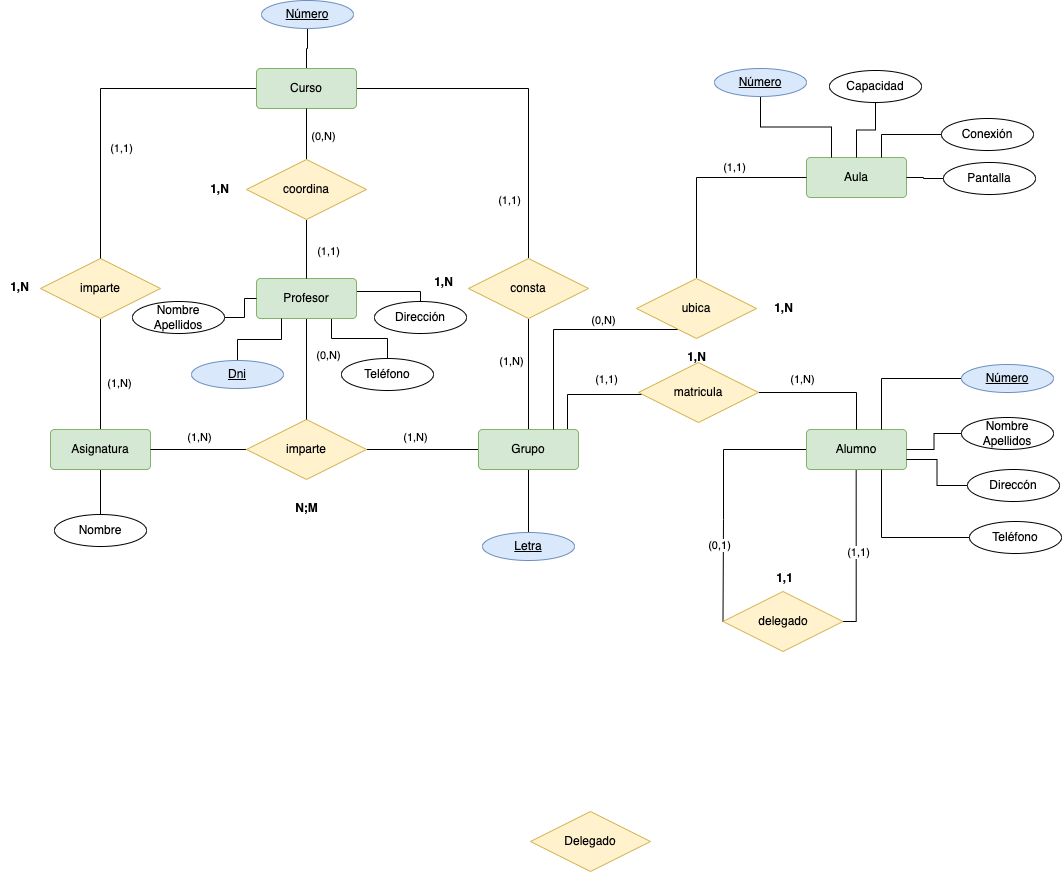
Earlier version of the draw.io export ER/tareas/tarea12/img/docente-diagrama-2.drawio.png (MoisesALH/base-datos). Source tidied: cells renumbered, new cells last; positions are measured from the earlier drawing's top-left corner, leaving out a move shared by most shapes.
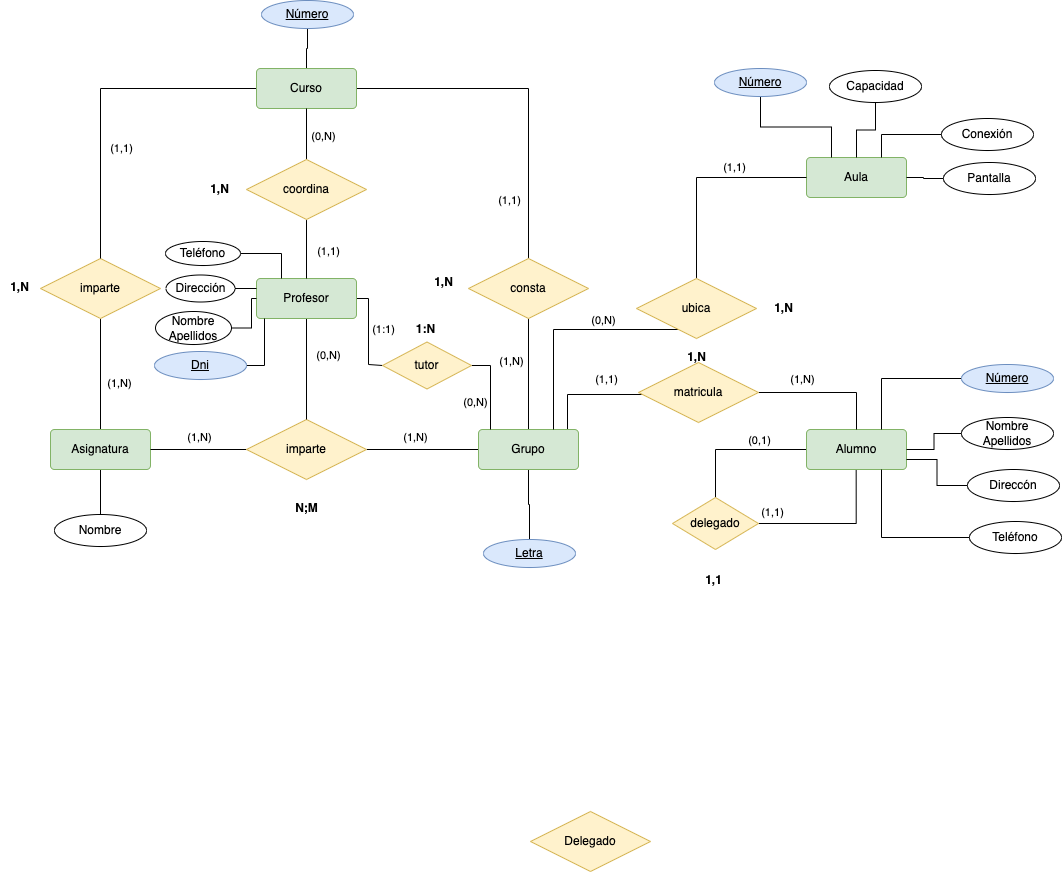
Above is the later version.

The edit, as a diff of the source:
```diff
@@ -7,7 +7,7 @@
     </mxCell>
-    <mxCell id="3" value="(1,N)" style="edgeLabel;html=1;align=center;verticalAlign=middle;" parent="2" vertex="1">
-      <mxGeometry x="0.15" y="2" relative="1" as="geometry">
-        <mxPoint x="16" as="offset" />
-      </mxGeometry>
-    </mxCell>
+    <mxCell id="82" value="(1,N)" style="edgeLabel;html=1;align=center;verticalAlign=middle;" parent="2" vertex="1">
+      <mxGeometry x="0.15" y="2" relative="1" as="geometry">
+        <mxPoint x="16" as="offset" />
+      </mxGeometry>
+    </mxCell>
     <mxCell id="4" value="imparte" style="shape=rhombus;perimeter=rhombusPerimeter;whiteSpace=wrap;html=1;align=center;fillColor=#fff2cc;strokeColor=#d6b656;" parent="1" vertex="1">
@@ -27,7 +27,7 @@
     </mxCell>
-    <mxCell id="9" value="(1,1)" style="edgeLabel;html=1;align=center;verticalAlign=middle;" parent="8" vertex="1">
-      <mxGeometry x="0.31" y="2" relative="1" as="geometry">
-        <mxPoint x="-22" y="59" as="offset" />
-      </mxGeometry>
-    </mxCell>
+    <mxCell id="83" value="(1,1)" style="edgeLabel;html=1;align=center;verticalAlign=middle;" parent="8" vertex="1">
+      <mxGeometry x="0.31" y="2" relative="1" as="geometry">
+        <mxPoint x="-22" y="59" as="offset" />
+      </mxGeometry>
+    </mxCell>
     <mxCell id="10" style="edgeStyle=orthogonalEdgeStyle;rounded=0;jettySize=auto;html=1;entryX=0.5;entryY=0;entryDx=0;entryDy=0;endArrow=none;endFill=0;" parent="1" edge="1" source="13" target="4">
@@ -35,7 +35,7 @@
     </mxCell>
-    <mxCell id="11" value="(1,1)" style="edgeLabel;html=1;align=center;verticalAlign=middle;" parent="10" vertex="1">
-      <mxGeometry x="0.16" y="2" relative="1" as="geometry">
-        <mxPoint x="18" y="25" as="offset" />
-      </mxGeometry>
-    </mxCell>
+    <mxCell id="84" value="(1,1)" style="edgeLabel;html=1;align=center;verticalAlign=middle;" parent="10" vertex="1">
+      <mxGeometry x="0.16" y="2" relative="1" as="geometry">
+        <mxPoint x="18" y="25" as="offset" />
+      </mxGeometry>
+    </mxCell>
     <mxCell id="12" style="edgeStyle=orthogonalEdgeStyle;rounded=0;jettySize=auto;html=1;entryX=0.5;entryY=1;entryDx=0;entryDy=0;endArrow=none;endFill=0;" parent="1" edge="1" source="13" target="50">
@@ -49,7 +49,7 @@
     </mxCell>
-    <mxCell id="15" value="(1,N)" style="edgeLabel;html=1;align=center;verticalAlign=middle;" parent="14" vertex="1">
-      <mxGeometry x="-0.25" y="-2" relative="1" as="geometry">
-        <mxPoint x="-16" as="offset" />
-      </mxGeometry>
-    </mxCell>
+    <mxCell id="85" value="(1,N)" style="edgeLabel;html=1;align=center;verticalAlign=middle;" parent="14" vertex="1">
+      <mxGeometry x="-0.25" y="-2" relative="1" as="geometry">
+        <mxPoint x="-16" as="offset" />
+      </mxGeometry>
+    </mxCell>
     <mxCell id="16" value="consta" style="shape=rhombus;perimeter=rhombusPerimeter;whiteSpace=wrap;html=1;align=center;fillColor=#fff2cc;strokeColor=#d6b656;" parent="1" vertex="1">
@@ -60,7 +60,7 @@
     </mxCell>
-    <mxCell id="18" value="(1,N)" style="edgeLabel;html=1;align=center;verticalAlign=middle;" parent="17" vertex="1">
-      <mxGeometry x="0.17" y="-1" relative="1" as="geometry">
-        <mxPoint x="2" y="-12" as="offset" />
-      </mxGeometry>
-    </mxCell>
+    <mxCell id="86" value="(1,N)" style="edgeLabel;html=1;align=center;verticalAlign=middle;" parent="17" vertex="1">
+      <mxGeometry x="0.17" y="-1" relative="1" as="geometry">
+        <mxPoint x="2" y="-12" as="offset" />
+      </mxGeometry>
+    </mxCell>
     <mxCell id="19" value="(1,1)" style="edgeStyle=orthogonalEdgeStyle;rounded=0;orthogonalLoop=1;jettySize=auto;html=1;entryX=0;entryY=0.5;entryDx=0;entryDy=0;endArrow=none;endFill=0;" parent="1" edge="1">
@@ -74,15 +74,2 @@
     </mxCell>
-    <mxCell id="20" style="edgeStyle=orthogonalEdgeStyle;rounded=0;jettySize=auto;html=1;entryX=0;entryY=0.5;entryDx=0;entryDy=0;endArrow=none;endFill=0;exitX=0;exitY=0.5;exitDx=0;exitDy=0;" parent="1" edge="1" source="38" target="49">
-      <mxGeometry relative="1" as="geometry">
-        <Array as="points">
-          <mxPoint x="723" y="449" />
-          <mxPoint x="723" y="519" />
-        </Array>
-      </mxGeometry>
-    </mxCell>
-    <mxCell id="21" value="(0,1)" style="edgeLabel;html=1;align=center;verticalAlign=middle;" parent="20" vertex="1">
-      <mxGeometry x="0.55" relative="1" as="geometry">
-        <mxPoint x="-4" y="-18" as="offset" />
-      </mxGeometry>
-    </mxCell>
     <mxCell id="22" style="edgeStyle=orthogonalEdgeStyle;rounded=0;jettySize=auto;html=1;endArrow=none;endFill=0;entryX=0.5;entryY=0;entryDx=0;entryDy=0;" parent="1" edge="1" source="23" target="81">
@@ -96,7 +83,7 @@
     </mxCell>
-    <mxCell id="25" value="(1,N)" style="edgeLabel;html=1;align=center;verticalAlign=middle;" parent="24" vertex="1">
-      <mxGeometry x="0.12" y="-3" relative="1" as="geometry">
-        <mxPoint x="6" y="-10" as="offset" />
-      </mxGeometry>
-    </mxCell>
+    <mxCell id="87" value="(1,N)" style="edgeLabel;html=1;align=center;verticalAlign=middle;" parent="24" vertex="1">
+      <mxGeometry x="0.12" y="-3" relative="1" as="geometry">
+        <mxPoint x="6" y="-10" as="offset" />
+      </mxGeometry>
+    </mxCell>
     <mxCell id="26" value="imparte" style="shape=rhombus;perimeter=rhombusPerimeter;whiteSpace=wrap;html=1;align=center;fillColor=#fff2cc;strokeColor=#d6b656;" parent="1" vertex="1">
@@ -107,18 +94,20 @@
     </mxCell>
-    <mxCell id="28" value="(0,N)" style="edgeLabel;html=1;align=center;verticalAlign=middle;" parent="27" vertex="1">
-      <mxGeometry x="-0.14" y="2" relative="1" as="geometry">
-        <mxPoint x="19" y="-8" as="offset" />
-      </mxGeometry>
-    </mxCell>
-    <mxCell id="29" style="edgeStyle=orthogonalEdgeStyle;rounded=0;jettySize=auto;html=1;entryX=0.5;entryY=0;entryDx=0;entryDy=0;endArrow=none;endFill=0;exitX=0.75;exitY=1;exitDx=0;exitDy=0;" parent="1" edge="1" source="31" target="80">
-      <mxGeometry relative="1" as="geometry" />
-    </mxCell>
-    <mxCell id="30" style="edgeStyle=orthogonalEdgeStyle;rounded=0;jettySize=auto;html=1;entryX=0.5;entryY=0;entryDx=0;entryDy=0;endArrow=none;endFill=0;" parent="1" edge="1" target="79">
-      <mxGeometry relative="1" as="geometry">
-        <mxPoint x="356" y="291" as="sourcePoint" />
-        <Array as="points">
-          <mxPoint x="420" y="291" />
-        </Array>
-      </mxGeometry>
-    </mxCell>
+    <mxCell id="88" value="(0,N)" style="edgeLabel;html=1;align=center;verticalAlign=middle;" parent="27" vertex="1">
+      <mxGeometry x="-0.14" y="2" relative="1" as="geometry">
+        <mxPoint x="19" y="-8" as="offset" />
+      </mxGeometry>
+    </mxCell>
+    <mxCell id="89" style="edgeStyle=orthogonalEdgeStyle;rounded=0;jettySize=auto;html=1;entryX=0;entryY=0.5;entryDx=0;entryDy=0;endArrow=none;endFill=0;" parent="1" edge="1" source="31" target="103">
+      <mxGeometry relative="1" as="geometry">
+        <Array as="points">
+          <mxPoint x="368" y="298" />
+          <mxPoint x="368" y="364" />
+        </Array>
+      </mxGeometry>
+    </mxCell>
+    <mxCell id="90" value="(1:1)" style="edgeLabel;html=1;align=center;verticalAlign=middle;" parent="89" vertex="1">
+      <mxGeometry y="-2" relative="1" as="geometry">
+        <mxPoint x="16" y="-4" as="offset" />
+      </mxGeometry>
+    </mxCell>
     <mxCell id="31" value="Profesor" style="rounded=1;arcSize=10;whiteSpace=wrap;html=1;align=center;fillColor=#d5e8d4;strokeColor=#82b366;" parent="1" vertex="1">
@@ -129,7 +118,7 @@
     </mxCell>
-    <mxCell id="33" value="(1,1)" style="edgeLabel;html=1;align=center;verticalAlign=middle;" parent="32" vertex="1">
-      <mxGeometry x="0.04" y="2" relative="1" as="geometry">
-        <mxPoint x="19" as="offset" />
-      </mxGeometry>
-    </mxCell>
+    <mxCell id="91" value="(1,1)" style="edgeLabel;html=1;align=center;verticalAlign=middle;" parent="32" vertex="1">
+      <mxGeometry x="0.04" y="2" relative="1" as="geometry">
+        <mxPoint x="19" as="offset" />
+      </mxGeometry>
+    </mxCell>
     <mxCell id="34" style="edgeStyle=orthogonalEdgeStyle;rounded=0;jettySize=auto;html=1;entryX=0.5;entryY=1;entryDx=0;entryDy=0;endArrow=none;endFill=0;" parent="1" edge="1" source="36" target="13">
@@ -137,7 +126,7 @@
     </mxCell>
-    <mxCell id="35" value="(0,N)" style="edgeLabel;html=1;align=center;verticalAlign=middle;" parent="34" vertex="1">
-      <mxGeometry x="0.07" y="-2" relative="1" as="geometry">
-        <mxPoint x="14" y="3" as="offset" />
-      </mxGeometry>
-    </mxCell>
+    <mxCell id="92" value="(0,N)" style="edgeLabel;html=1;align=center;verticalAlign=middle;" parent="34" vertex="1">
+      <mxGeometry x="0.07" y="-2" relative="1" as="geometry">
+        <mxPoint x="14" y="3" as="offset" />
+      </mxGeometry>
+    </mxCell>
     <mxCell id="36" value="coordina" style="shape=rhombus;perimeter=rhombusPerimeter;whiteSpace=wrap;html=1;align=center;fillColor=#fff2cc;strokeColor=#d6b656;" parent="1" vertex="1">
@@ -148,2 +137,10 @@
     </mxCell>
+    <mxCell id="20" style="edgeStyle=orthogonalEdgeStyle;rounded=0;jettySize=auto;html=1;entryX=0.5;entryY=0;entryDx=0;entryDy=0;endArrow=none;endFill=0;" parent="1" edge="1" source="38" target="49">
+      <mxGeometry relative="1" as="geometry" />
+    </mxCell>
+    <mxCell id="21" value="(0,1)" style="edgeLabel;html=1;align=center;verticalAlign=middle;" parent="20" vertex="1">
+      <mxGeometry x="-0.11" y="-2" relative="1" as="geometry">
+        <mxPoint x="14" y="-8" as="offset" />
+      </mxGeometry>
+    </mxCell>
     <mxCell id="38" value="Alumno" style="rounded=1;arcSize=10;whiteSpace=wrap;html=1;align=center;fillColor=#d5e8d4;strokeColor=#82b366;" parent="1" vertex="1">
@@ -158,7 +155,7 @@
     </mxCell>
-    <mxCell id="40" value="(0,N)" style="edgeLabel;html=1;align=center;verticalAlign=middle;" parent="39" vertex="1">
-      <mxGeometry x="-0.33" y="-2" relative="1" as="geometry">
-        <mxPoint y="-8" as="offset" />
-      </mxGeometry>
-    </mxCell>
+    <mxCell id="93" value="(0,N)" style="edgeLabel;html=1;align=center;verticalAlign=middle;" parent="39" vertex="1">
+      <mxGeometry x="-0.33" y="-2" relative="1" as="geometry">
+        <mxPoint y="-8" as="offset" />
+      </mxGeometry>
+    </mxCell>
     <mxCell id="41" style="edgeStyle=orthogonalEdgeStyle;rounded=0;jettySize=auto;html=1;entryX=0;entryY=0.5;entryDx=0;entryDy=0;endArrow=none;endFill=0;" parent="1" edge="1" source="43" target="37">
@@ -170,7 +167,7 @@
     </mxCell>
-    <mxCell id="42" value="(1,1)" style="edgeLabel;html=1;align=center;verticalAlign=middle;" parent="41" vertex="1">
-      <mxGeometry x="0.32" y="-2" relative="1" as="geometry">
-        <mxPoint x="-1" y="-13" as="offset" />
-      </mxGeometry>
-    </mxCell>
+    <mxCell id="94" value="(1,1)" style="edgeLabel;html=1;align=center;verticalAlign=middle;" parent="41" vertex="1">
+      <mxGeometry x="0.32" y="-2" relative="1" as="geometry">
+        <mxPoint x="-1" y="-13" as="offset" />
+      </mxGeometry>
+    </mxCell>
     <mxCell id="43" value="ubica" style="shape=rhombus;perimeter=rhombusPerimeter;whiteSpace=wrap;html=1;align=center;fillColor=#fff2cc;strokeColor=#d6b656;" parent="1" vertex="1">
@@ -181,7 +178,7 @@
     </mxCell>
-    <mxCell id="45" value="(1,N)" style="edgeLabel;html=1;align=center;verticalAlign=middle;" parent="44" vertex="1">
-      <mxGeometry x="-0.25" y="5" relative="1" as="geometry">
-        <mxPoint x="-7" y="-9" as="offset" />
-      </mxGeometry>
-    </mxCell>
+    <mxCell id="95" value="(1,N)" style="edgeLabel;html=1;align=center;verticalAlign=middle;" parent="44" vertex="1">
+      <mxGeometry x="-0.25" y="5" relative="1" as="geometry">
+        <mxPoint x="-7" y="-9" as="offset" />
+      </mxGeometry>
+    </mxCell>
     <mxCell id="46" value="matricula" style="shape=rhombus;perimeter=rhombusPerimeter;whiteSpace=wrap;html=1;align=center;fillColor=#fff2cc;strokeColor=#d6b656;" parent="1" vertex="1">
@@ -189,17 +186,14 @@
     </mxCell>
-    <mxCell id="47" style="edgeStyle=orthogonalEdgeStyle;rounded=0;jettySize=auto;html=1;endArrow=none;endFill=0;" parent="1" edge="1" source="49">
-      <mxGeometry relative="1" as="geometry">
-        <mxPoint x="855.7" y="469.7" as="targetPoint" />
-        <Array as="points">
-          <mxPoint x="856" y="621" />
-        </Array>
-      </mxGeometry>
-    </mxCell>
-    <mxCell id="48" value="(1,1)" style="edgeLabel;html=1;align=center;verticalAlign=middle;" parent="47" vertex="1">
-      <mxGeometry x="-0.23" y="-4" relative="1" as="geometry">
-        <mxPoint x="-2" y="-20" as="offset" />
-      </mxGeometry>
-    </mxCell>
+    <mxCell id="96" style="edgeStyle=orthogonalEdgeStyle;rounded=0;jettySize=auto;html=1;endArrow=none;endFill=0;" parent="1" edge="1" source="49">
+      <mxGeometry relative="1" as="geometry">
+        <mxPoint x="855.7" y="469.7" as="targetPoint" />
+      </mxGeometry>
+    </mxCell>
+    <mxCell id="97" value="(1,1)" style="edgeLabel;html=1;align=center;verticalAlign=middle;" parent="96" vertex="1">
+      <mxGeometry x="-0.23" y="-4" relative="1" as="geometry">
+        <mxPoint x="-45" y="-16" as="offset" />
+      </mxGeometry>
+    </mxCell>
     <mxCell id="49" value="delegado" style="shape=rhombus;perimeter=rhombusPerimeter;whiteSpace=wrap;html=1;align=center;fillColor=#fff2cc;strokeColor=#d6b656;" parent="1" vertex="1">
-      <mxGeometry x="722.5" y="591" width="120" height="60" as="geometry" />
+      <mxGeometry x="672" y="497" width="86" height="52" as="geometry" />
     </mxCell>
@@ -263,3 +257,3 @@
     <mxCell id="69" value="&lt;b&gt;1,1&lt;/b&gt;" style="text;html=1;align=center;verticalAlign=middle;strokeColor=none;fillColor=none;" parent="1" vertex="1">
-      <mxGeometry x="766" y="565" width="35" height="26" as="geometry" />
+      <mxGeometry x="695" y="567" width="35" height="26" as="geometry" />
     </mxCell>
@@ -280,7 +274,13 @@
     </mxCell>
-    <mxCell id="75" style="edgeStyle=orthogonalEdgeStyle;rounded=0;jettySize=auto;html=1;entryX=0.25;entryY=1;entryDx=0;entryDy=0;endArrow=none;endFill=0;" parent="1" edge="1" source="76" target="31">
-      <mxGeometry relative="1" as="geometry" />
-    </mxCell>
+    <mxCell id="98" style="edgeStyle=orthogonalEdgeStyle;rounded=0;jettySize=auto;html=1;endArrow=none;endFill=0;" parent="1" edge="1" source="76">
+      <mxGeometry relative="1" as="geometry">
+        <mxPoint x="264" y="318" as="targetPoint" />
+        <Array as="points">
+          <mxPoint x="264" y="365" />
+          <mxPoint x="264" y="318" />
+        </Array>
+      </mxGeometry>
+    </mxCell>
     <mxCell id="76" value="Dni" style="ellipse;whiteSpace=wrap;html=1;align=center;fontStyle=4;fillColor=#dae8fc;strokeColor=#6c8ebf;" parent="1" vertex="1">
-      <mxGeometry x="191" y="360" width="92" height="28" as="geometry" />
+      <mxGeometry x="154" y="351" width="92" height="28" as="geometry" />
     </mxCell>
@@ -290,13 +290,39 @@
     <mxCell id="78" value="Nombre Apellidos" style="ellipse;whiteSpace=wrap;html=1;align=center;" parent="1" vertex="1">
-      <mxGeometry x="132" y="301" width="92" height="32" as="geometry" />
+      <mxGeometry x="155" y="311" width="76" height="33" as="geometry" />
     </mxCell>
+    <mxCell id="99" style="edgeStyle=orthogonalEdgeStyle;rounded=0;jettySize=auto;html=1;entryX=0;entryY=0.25;entryDx=0;entryDy=0;endArrow=none;endFill=0;" parent="1" edge="1" source="79" target="31">
+      <mxGeometry relative="1" as="geometry" />
+    </mxCell>
     <mxCell id="79" value="Dirección" style="ellipse;whiteSpace=wrap;html=1;align=center;" parent="1" vertex="1">
-      <mxGeometry x="374" y="301" width="92" height="32" as="geometry" />
+      <mxGeometry x="165.5" y="274.5" width="69" height="27" as="geometry" />
     </mxCell>
+    <mxCell id="100" style="edgeStyle=orthogonalEdgeStyle;rounded=0;jettySize=auto;html=1;entryX=0.25;entryY=0;entryDx=0;entryDy=0;endArrow=none;endFill=0;" parent="1" edge="1" source="80" target="31">
+      <mxGeometry relative="1" as="geometry" />
+    </mxCell>
     <mxCell id="80" value="Teléfono" style="ellipse;whiteSpace=wrap;html=1;align=center;" parent="1" vertex="1">
-      <mxGeometry x="341" y="358" width="92" height="32" as="geometry" />
+      <mxGeometry x="165" y="241" width="75" height="24" as="geometry" />
     </mxCell>
     <mxCell id="81" value="Letra" style="ellipse;whiteSpace=wrap;html=1;align=center;fontStyle=4;fillColor=#dae8fc;strokeColor=#6c8ebf;" parent="1" vertex="1">
-      <mxGeometry x="482" y="532" width="92" height="28" as="geometry" />
+      <mxGeometry x="483" y="539" width="92" height="28" as="geometry" />
     </mxCell>
+    <mxCell id="101" style="edgeStyle=orthogonalEdgeStyle;rounded=0;jettySize=auto;html=1;endArrow=none;endFill=0;" parent="1" edge="1" source="103">
+      <mxGeometry relative="1" as="geometry">
+        <mxPoint x="490" y="429" as="targetPoint" />
+        <Array as="points">
+          <mxPoint x="490" y="365" />
+          <mxPoint x="490" y="429" />
+        </Array>
+      </mxGeometry>
+    </mxCell>
+    <mxCell id="102" value="(0,N)" style="edgeLabel;html=1;align=center;verticalAlign=middle;" parent="101" vertex="1">
+      <mxGeometry x="-0.13" relative="1" as="geometry">
+        <mxPoint x="-16" y="19" as="offset" />
+      </mxGeometry>
+    </mxCell>
+    <mxCell id="103" value="tutor" style="shape=rhombus;perimeter=rhombusPerimeter;whiteSpace=wrap;html=1;align=center;fillColor=#fff2cc;strokeColor=#d6b656;" parent="1" vertex="1">
+      <mxGeometry x="382" y="341.5" width="89" height="47" as="geometry" />
+    </mxCell>
+    <mxCell id="104" value="&lt;b&gt;1:N&lt;/b&gt;" style="text;html=1;align=center;verticalAlign=middle;strokeColor=none;fillColor=none;" parent="1" vertex="1">
+      <mxGeometry x="406" y="315.5" width="37" height="26" as="geometry" />
+    </mxCell>
   </root>
```
